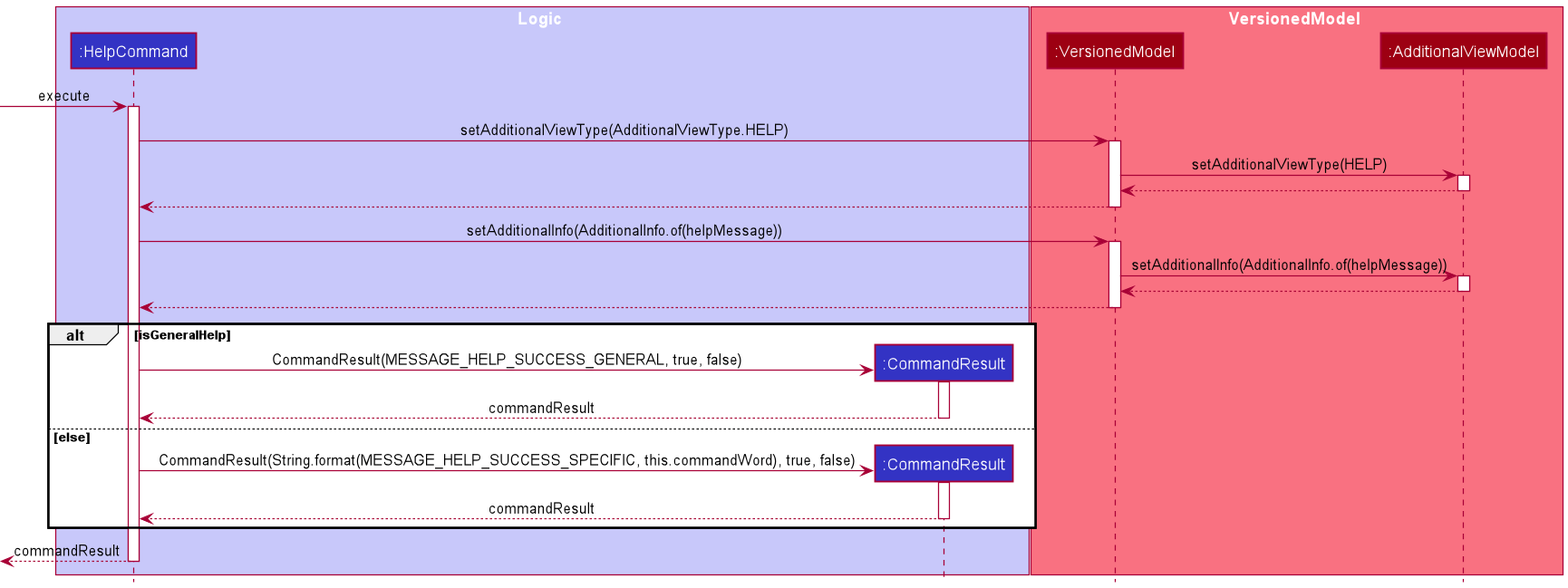
Before: docs/images/dg/logic/commands/helpcommand/HelpCommandSequenceDiagram.png, a diagram exported from PlantUML (nus-cs2103-AY2122S1/tp). Its source is kept beside it as docs/diagrams/logic/commands/helpcommand/HelpCommandSequenceDiagram.puml. Source of this version:
```plantuml
@startuml
!include ../../../style.puml

box Logic LOGIC_COLOR_T1
participant ":HelpCommand" as helpCommand LOGIC_COLOR
participant ":CommandResult" as commandResult LOGIC_COLOR
end box

box VersionedModel MODEL_COLOR_T1
participant ":VersionedModel" as versionedModel MODEL_COLOR
participant ":AdditionalViewModel" as addViewModel MODEL_COLOR
end box

-> helpCommand ++ : execute
helpCommand -> versionedModel : setAdditionalViewType(AdditionalViewType.HELP)
activate versionedModel
versionedModel -> addViewModel: setAdditionalViewType(HELP)
activate addViewModel
addViewModel --> versionedModel
deactivate addViewModel
versionedModel --> helpCommand
deactivate versionedModel

helpCommand -> versionedModel : setAdditionalInfo(AdditionalInfo.of(helpMessage))
activate versionedModel
versionedModel -> addViewModel: setAdditionalInfo(AdditionalInfo.of(helpMessage))
activate addViewModel
addViewModel --> versionedModel
deactivate addViewModel
versionedModel --> helpCommand
deactivate versionedModel

alt isGeneralHelp
create commandResult
helpCommand -> commandResult ++ : CommandResult(MESSAGE_HELP_SUCCESS_GENERAL, true, false)
commandResult --> helpCommand -- : commandResult

else else


create commandResult
helpCommand -> commandResult ++ : CommandResult(String.format(MESSAGE_HELP_SUCCESS_SPECIFIC, this.commandWord), true, false)
commandResult --> helpCommand -- : commandResult

end
<-- helpCommand -- : commandResult


@enduml
```
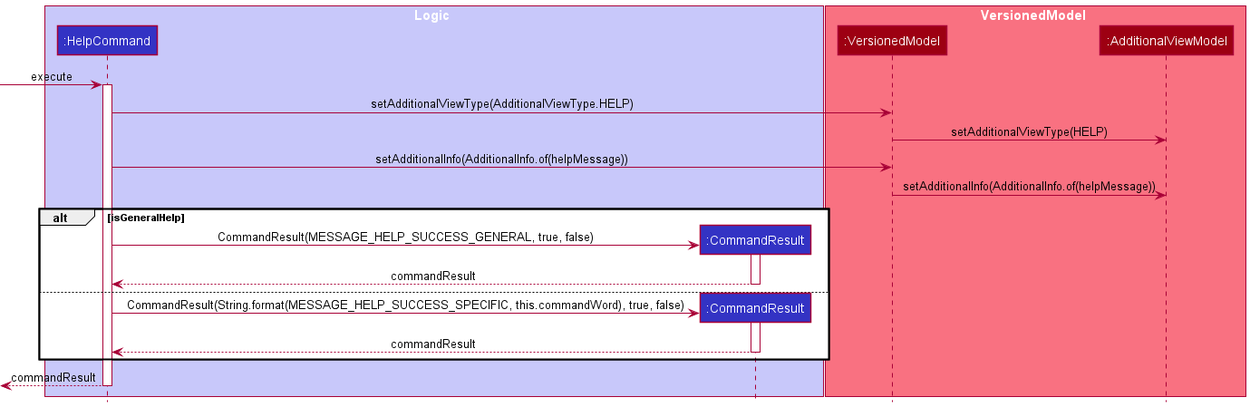
The same file after the commit.

The edit, as a diff of the source:
```diff
@@ -13,30 +13,17 @@
 
 -> helpCommand ++ : execute
 helpCommand -> versionedModel : setAdditionalViewType(AdditionalViewType.HELP)
-activate versionedModel
 versionedModel -> addViewModel: setAdditionalViewType(HELP)
-activate addViewModel
-addViewModel --> versionedModel
-deactivate addViewModel
-versionedModel --> helpCommand
-deactivate versionedModel
 
 helpCommand -> versionedModel : setAdditionalInfo(AdditionalInfo.of(helpMessage))
-activate versionedModel
 versionedModel -> addViewModel: setAdditionalInfo(AdditionalInfo.of(helpMessage))
-activate addViewModel
-addViewModel --> versionedModel
-deactivate addViewModel
-versionedModel --> helpCommand
-deactivate versionedModel
 
 alt isGeneralHelp
 create commandResult
 helpCommand -> commandResult ++ : CommandResult(MESSAGE_HELP_SUCCESS_GENERAL, true, false)
 commandResult --> helpCommand -- : commandResult
 
-else else
-
+else
 
 create commandResult
 helpCommand -> commandResult ++ : CommandResult(String.format(MESSAGE_HELP_SUCCESS_SPECIFIC, this.commandWord), true, false)
```
